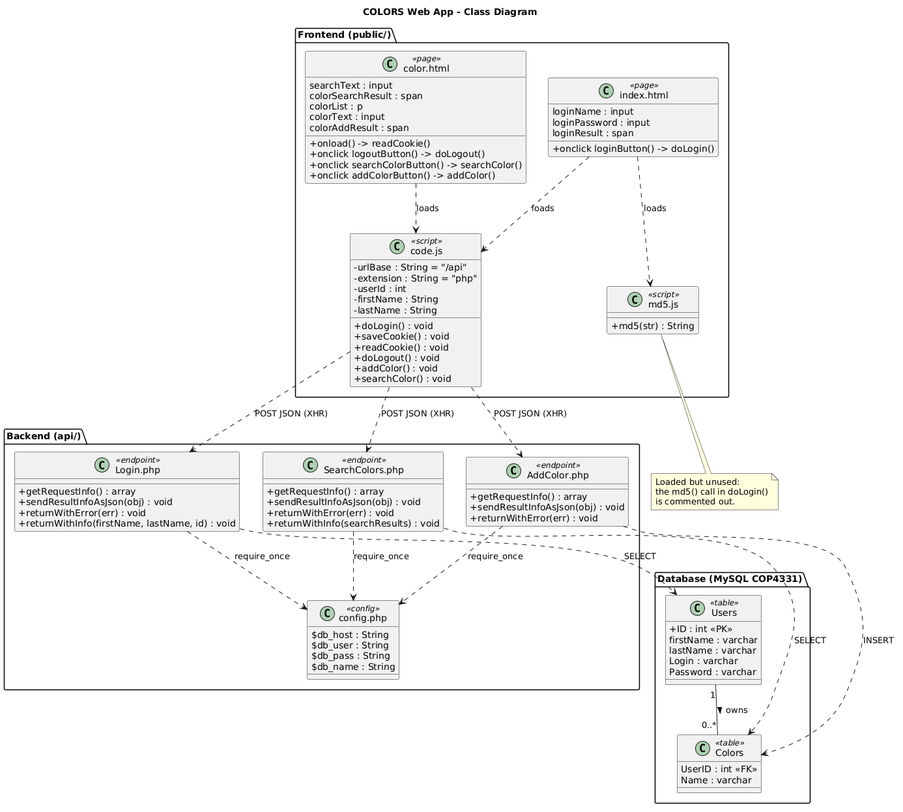
This is docs/uml/class.png from 1337kareem/assignment-1, a PlantUML export, as it was before one commit.
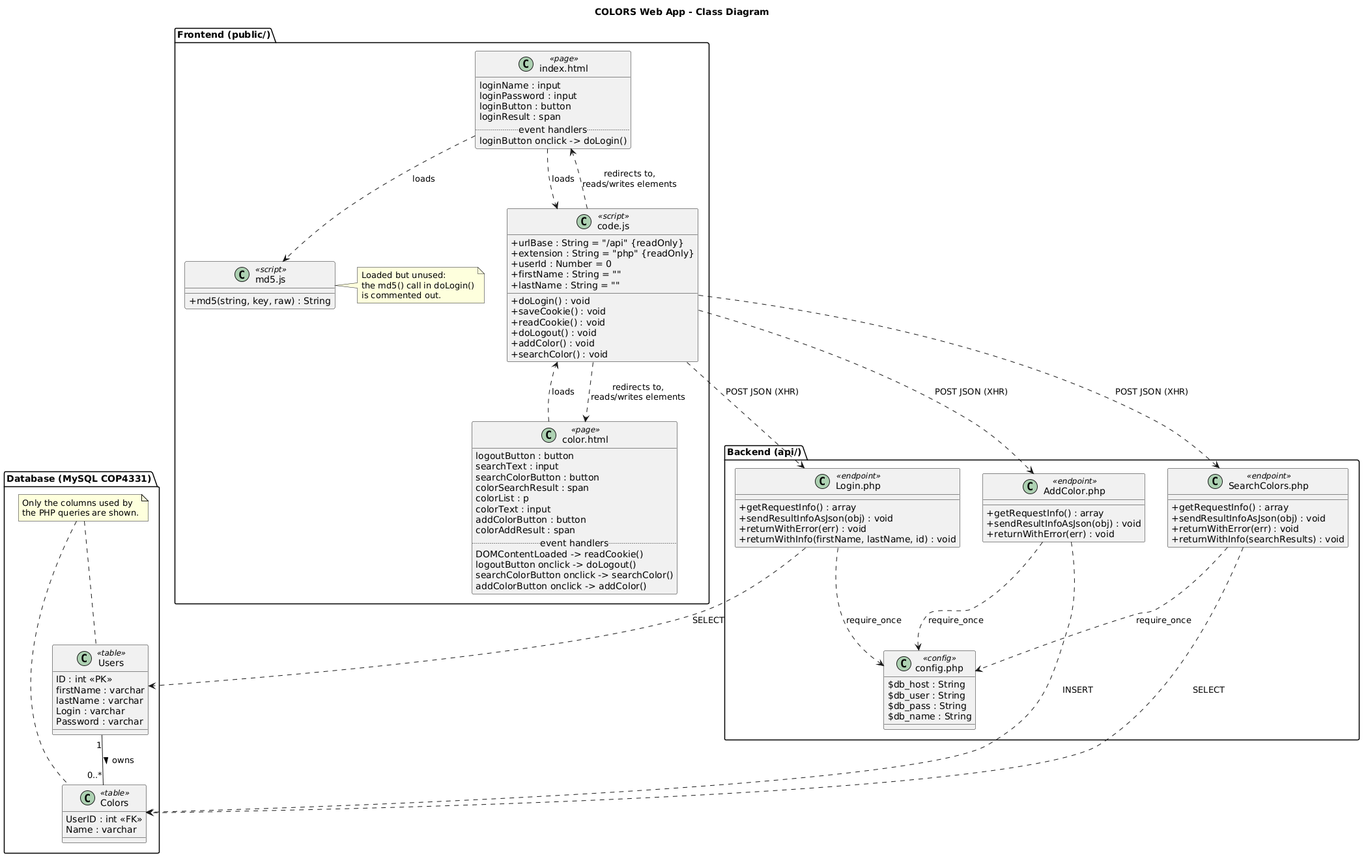
Above is the later version.

Diff of the diagram source:
```diff
@@ -6,28 +6,34 @@
   class "index.html" as IndexPage <<page>> {
     loginName : input
     loginPassword : input
+    loginButton : button
     loginResult : span
-    + onclick loginButton() -> doLogin()
+    .. event handlers ..
+    loginButton onclick -> doLogin()
   }
 
   class "color.html" as ColorPage <<page>> {
+    logoutButton : button
     searchText : input
+    searchColorButton : button
     colorSearchResult : span
     colorList : p
     colorText : input
+    addColorButton : button
     colorAddResult : span
-    + onload() -> readCookie()
-    + onclick logoutButton() -> doLogout()
-    + onclick searchColorButton() -> searchColor()
-    + onclick addColorButton() -> addColor()
+    .. event handlers ..
+    DOMContentLoaded -> readCookie()
+    logoutButton onclick -> doLogout()
+    searchColorButton onclick -> searchColor()
+    addColorButton onclick -> addColor()
   }
 
   class "code.js" as CodeJS <<script>> {
-    - urlBase : String = "/api"
-    - extension : String = "php"
-    - userId : int
-    - firstName : String
-    - lastName : String
+    + urlBase : String = "/api" {readOnly}
+    + extension : String = "php" {readOnly}
+    + userId : Number = 0
+    + firstName : String = ""
+    + lastName : String = ""
     + doLogin() : void
     + saveCookie() : void
     + readCookie() : void
@@ -37,8 +43,14 @@
   }
 
   class "md5.js" as MD5 <<script>> {
-    + md5(str) : String
+    + md5(string, key, raw) : String
   }
+
+  note right of MD5
+    Loaded but unused:
+    the md5() call in doLogin()
+    is commented out.
+  end note
 }
 
 package "Backend (api/)" {
@@ -72,7 +84,7 @@
 
 package "Database (MySQL COP4331)" {
   class Users <<table>> {
-    + ID : int <<PK>>
+    ID : int <<PK>>
     firstName : varchar
     lastName : varchar
     Login : varchar
@@ -83,11 +95,15 @@
     UserID : int <<FK>>
     Name : varchar
   }
+
+  note "Only the columns used by\nthe PHP queries are shown." as DBNote
 }
 
 IndexPage ..> CodeJS : loads
 IndexPage ..> MD5 : loads
 ColorPage ..> CodeJS : loads
+CodeJS ..> IndexPage : redirects to,\nreads/writes elements
+CodeJS ..> ColorPage : redirects to,\nreads/writes elements
 
 CodeJS ..> Login : POST JSON (XHR)
 CodeJS ..> Search : POST JSON (XHR)
@@ -102,10 +118,6 @@
 Add ..> Colors : INSERT
 
 Users "1" -- "0..*" Colors : owns >
-
-note bottom of MD5
-  Loaded but unused:
-  the md5() call in doLogin()
-  is commented out.
-end note
+DBNote .. Users
+DBNote .. Colors
 @enduml
```
